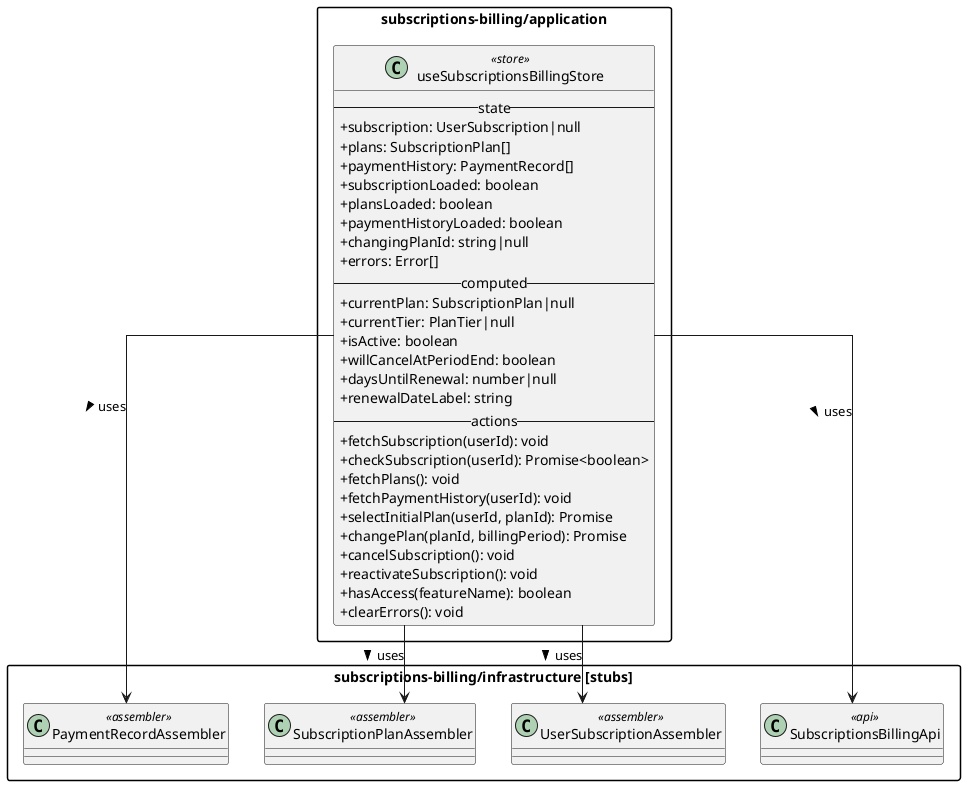
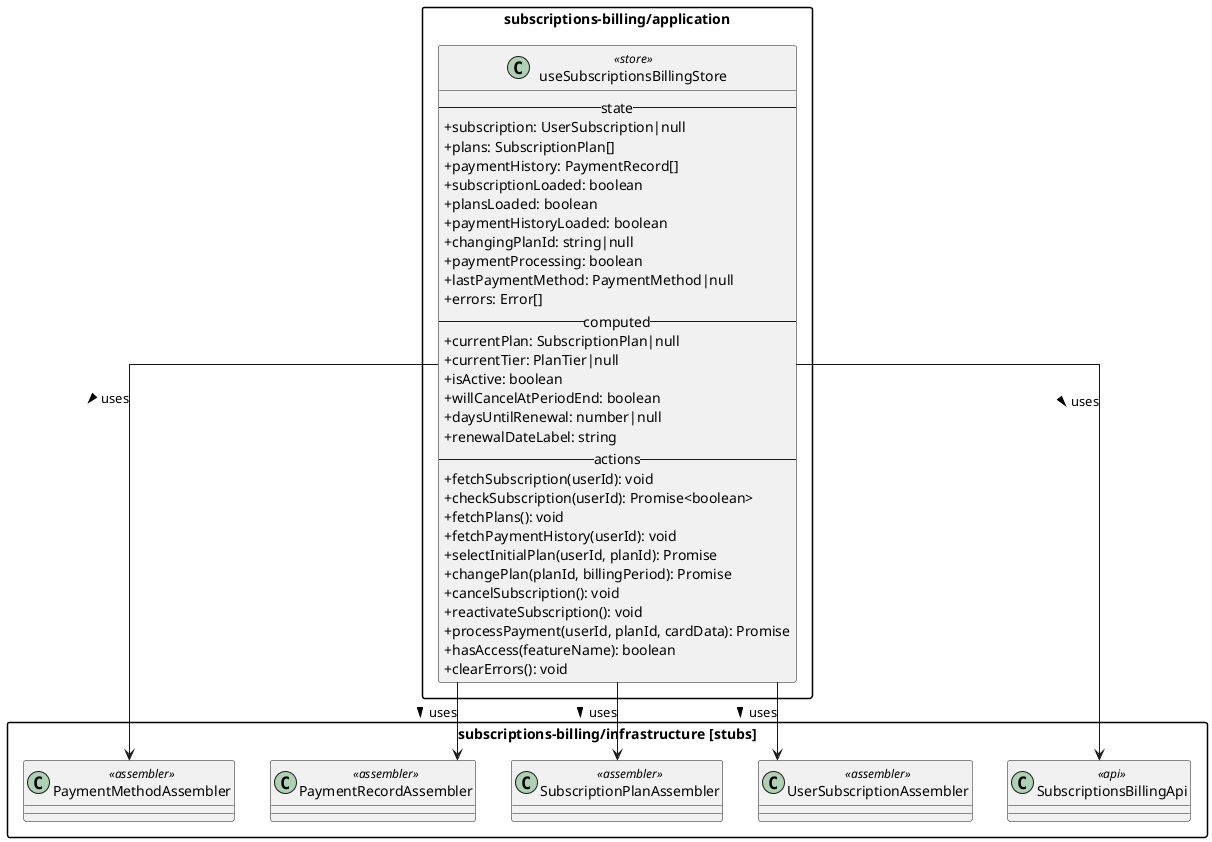
﻿@startuml
skinparam monochrome false
skinparam classAttributeIconSize 0
skinparam packageStyle rectangle
skinparam linetype ortho

package "subscriptions-billing/infrastructure [stubs]" {
  class SubscriptionsBillingApi <<api>>
  class UserSubscriptionAssembler <<assembler>>
  class SubscriptionPlanAssembler <<assembler>>
  class PaymentRecordAssembler <<assembler>>
+   class PaymentMethodAssembler <<assembler>>
}

package "subscriptions-billing/application" {

  class useSubscriptionsBillingStore <<store>> {
    -- state --
    + subscription: UserSubscription|null
    + plans: SubscriptionPlan[]
    + paymentHistory: PaymentRecord[]
    + subscriptionLoaded: boolean
    + plansLoaded: boolean
    + paymentHistoryLoaded: boolean
    + changingPlanId: string|null
+     + paymentProcessing: boolean
+     + lastPaymentMethod: PaymentMethod|null
    + errors: Error[]
    -- computed --
    + currentPlan: SubscriptionPlan|null
    + currentTier: PlanTier|null
    + isActive: boolean
    + willCancelAtPeriodEnd: boolean
    + daysUntilRenewal: number|null
    + renewalDateLabel: string
    -- actions --
    + fetchSubscription(userId): void
    + checkSubscription(userId): Promise<boolean>
    + fetchPlans(): void
    + fetchPaymentHistory(userId): void
    + selectInitialPlan(userId, planId): Promise
    + changePlan(planId, billingPeriod): Promise
    + cancelSubscription(): void
    + reactivateSubscription(): void
+     + processPayment(userId, planId, cardData): Promise
    + hasAccess(featureName): boolean
    + clearErrors(): void
  }
}

useSubscriptionsBillingStore --> SubscriptionsBillingApi : uses >
useSubscriptionsBillingStore --> UserSubscriptionAssembler : uses >
useSubscriptionsBillingStore --> SubscriptionPlanAssembler : uses >
useSubscriptionsBillingStore --> PaymentRecordAssembler : uses >
+ useSubscriptionsBillingStore --> PaymentMethodAssembler : uses >

@enduml
